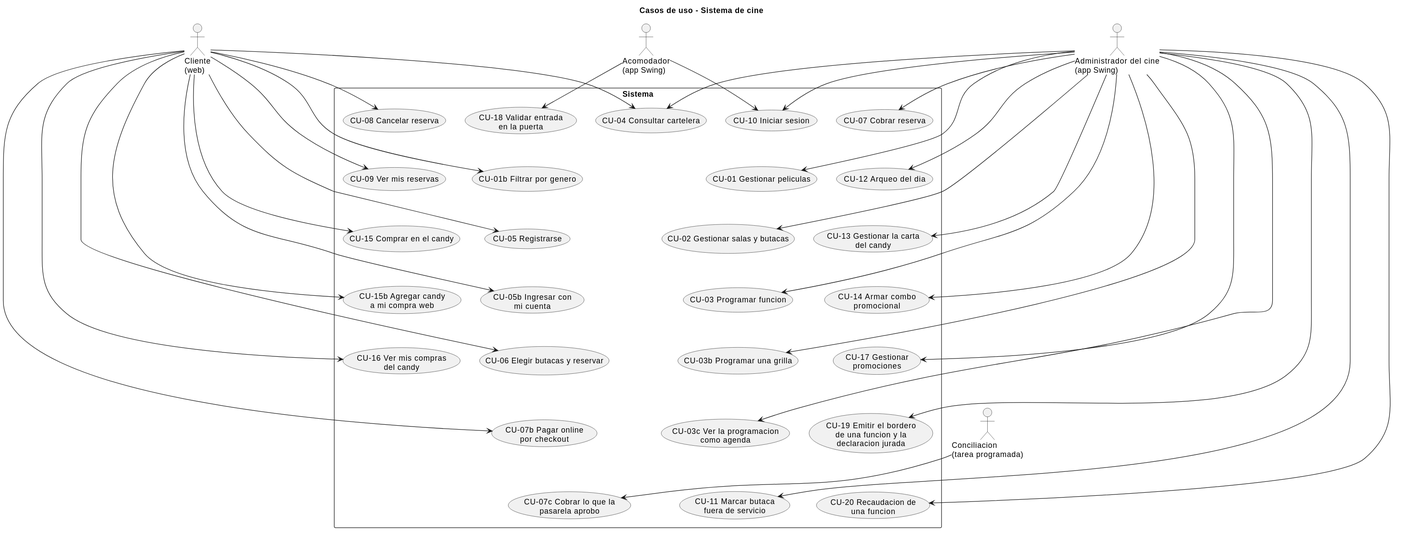
Above: _other/docs/diagramas/casos-de-uso.svg in andreiveisuade/cine-uade (PlantUML), before the change.
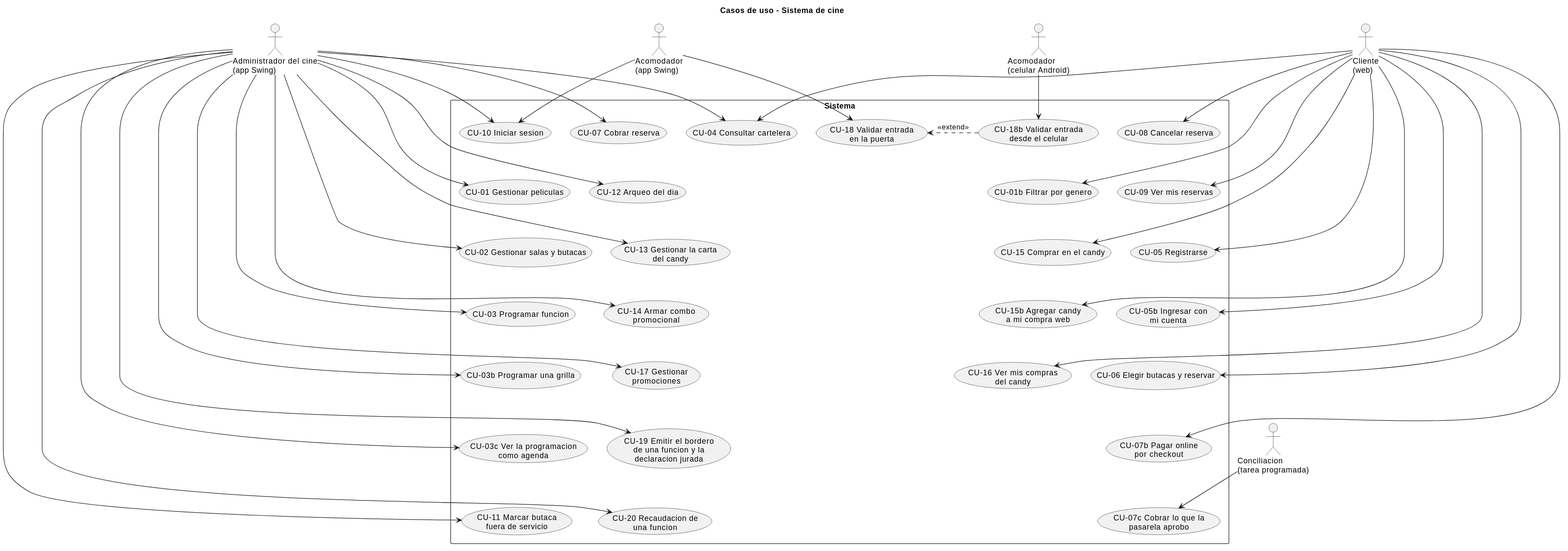
The same file after the commit.

Commit message:
docs(diagramas): cu-18b validar entrada desde el celular

The edit, as a diff of the source:
```diff
@@ -5,6 +5,7 @@
 actor "Cliente\n(web)" as cliente
 actor "Administrador del cine\n(app Swing)" as admin
 actor "Acomodador\n(app Swing)" as acomodador
+actor "Acomodador\n(celular Android)" as acomodadorCel
 actor "Conciliacion\n(tarea programada)" as tarea
 
 rectangle Sistema {
@@ -35,6 +36,7 @@
   usecase "CU-19 Emitir el bordero\nde una funcion y la\ndeclaracion jurada" as CU19
   usecase "CU-20 Recaudacion de\nuna funcion" as CU20
   usecase "CU-18 Validar entrada\nen la puerta" as CU18
+  usecase "CU-18b Validar entrada\ndesde el celular" as CU18b
 }
 CU04 -[hidden]down- CU01b
 CU01b -[hidden]down- CU05
@@ -88,4 +90,6 @@
 acomodador --> CU10
 tarea --> CU07c
 acomodador --> CU18
+acomodadorCel --> CU18b
+CU18b .> CU18 : <<extend>>
 @enduml
```
